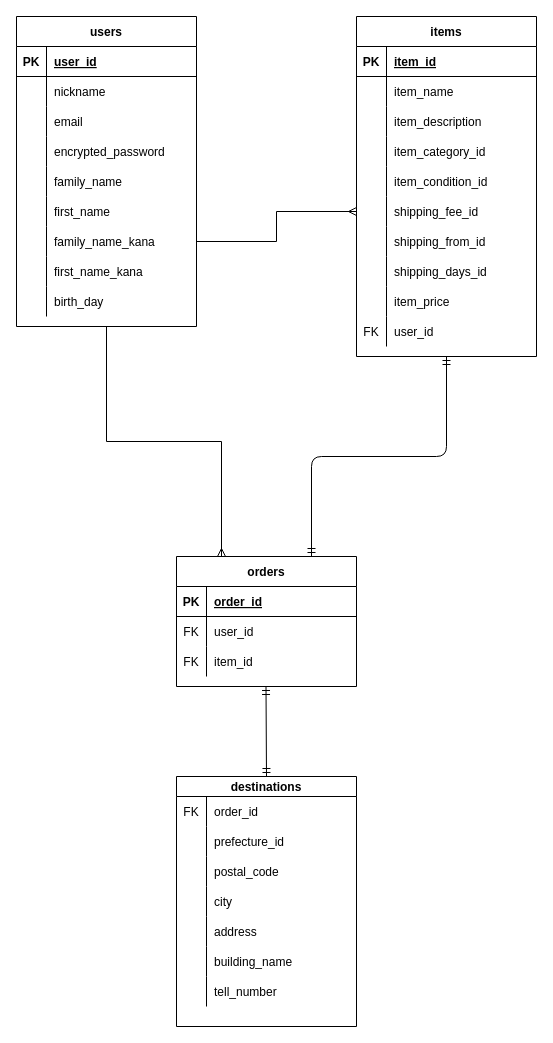
This is test.dio from houtaru95/furima-34395, a draw.io file, before an edit. Source tidied: cells renumbered, new cells numbered last; positions are measured from the earlier drawing's top-left corner, leaving out a move shared by most shapes. Both pictures are drawn from the tidied source at 100%, with x=0, y=0 at pixel (16, 16).
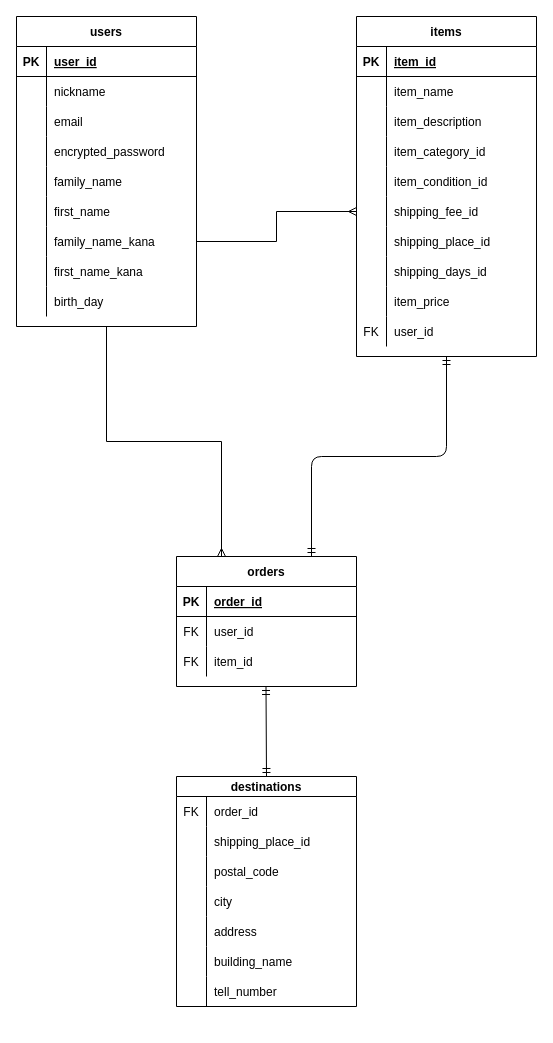
Above is the later version.

Commit message (it also covers changes not shown here):
ER図/READMEの再修正

The change refers to these unchanged cells:
```xml
<mxCell id="50" style="shape=partialRectangle;fillColor=none;top=0;left=0;bottom=0;right=0;" parent="31" vertex="1">
  <mxGeometry y="210" width="180" height="30" as="geometry" />
</mxCell>
<mxCell id="76" style="shape=partialRectangle;fillColor=none;top=0;left=0;bottom=0;right=0;" parent="72" vertex="1">
  <mxGeometry y="50" width="180" height="30" as="geometry" />
</mxCell>
```

The edit, as a diff of the source:
```diff
@@
-    <mxCell id="52" value="shipping_from_id" style="shape=partialRectangle;fillColor=none;top=0;left=0;bottom=0;right=0;align=left;spacingLeft=6;overflow=hidden;" parent="50" vertex="1">
+    <mxCell id="52" value="shipping_place_id" style="shape=partialRectangle;fillColor=none;top=0;left=0;bottom=0;right=0;align=left;spacingLeft=6;overflow=hidden;" parent="50" vertex="1">
       <mxGeometry x="30" width="150" height="30" as="geometry" />
     </mxCell>
@@
     <mxCell id="72" value="destinations" style="shape=table;startSize=20;childLayout=tableLayout;rowLines=0;fontStyle=1;align=center;" parent="1" vertex="1">
-      <mxGeometry x="160" y="760" width="180" height="250" as="geometry" />
+      <mxGeometry x="160" y="760" width="180" height="230" as="geometry" />
     </mxCell>
@@
-    <mxCell id="78" value="prefecture_id" style="shape=partialRectangle;fillColor=none;top=0;left=0;bottom=0;right=0;align=left;spacingLeft=6;overflow=hidden;" parent="76" vertex="1">
+    <mxCell id="78" value="shipping_place_id" style="shape=partialRectangle;fillColor=none;top=0;left=0;bottom=0;right=0;align=left;spacingLeft=6;overflow=hidden;" parent="76" vertex="1">
       <mxGeometry x="30" width="150" height="30" as="geometry" />
     </mxCell>
```
